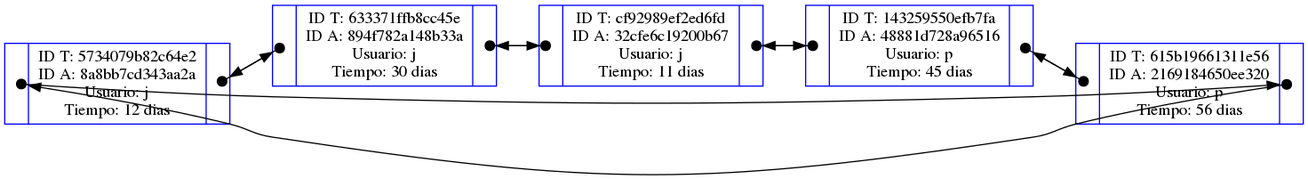
Earlier version of the Graphviz export build/RTransacciones.png (martinfdev/EstructurasenC-P1). Its source is kept beside it as build/RTransacciones.dot. Source of this version:
```dot
digraph G {
rankdir=LR;
node [shape=record, color=blue, width=0.5, height=0.5];

node0 [label="{<a>|ID T: 5734079b82c64e2\nID A: 8a8bb7cd343aa2a\nUsuario: j\nTiempo: 12 dias|<b>}"];
node1 [label="{<a>|ID T: 633371ffb8cc45e\nID A: 894f782a148b33a\nUsuario: j\nTiempo: 30 dias|<b>}"];
node2 [label="{<a>|ID T: cf92989ef2ed6fd\nID A: 32cfe6c19200b67\nUsuario: j\nTiempo: 11 dias|<b>}"];
node3 [label="{<a>|ID T: 143259550efb7fa\nID A: 48881d728a96516\nUsuario: p\nTiempo: 45 dias|<b>}"];
node4 [label="{<a>|ID T: 615b19661311e56\nID A: 2169184650ee320\nUsuario: p\nTiempo: 56 dias|<b>}"];

node0:b:c -> node1:a:c [arrowtail=dot, dir=both,tailclip=false];
node1:b:c -> node2:a:c [arrowtail=dot, dir=both,tailclip=false];
node2:b:c -> node3:a:c [arrowtail=dot, dir=both,tailclip=false];
node3:b:c -> node4:a:c [arrowtail=dot, dir=both,tailclip=false];
node4:b:c -> node0:a:c [arrowtail=dot, dir=both,tailclip=false];

node1:a:c -> node0:b:c [arrowtail=dot, dir=both,tailclip=false];
node2:a:c -> node1:b:c [arrowtail=dot, dir=both,tailclip=false];
node3:a:c -> node2:b:c [arrowtail=dot, dir=both,tailclip=false];
node4:a:c -> node3:b:c [arrowtail=dot, dir=both,tailclip=false];
node0:a:c -> node4:b:c [arrowtail=dot, dir=both,tailclip=false];

}
```
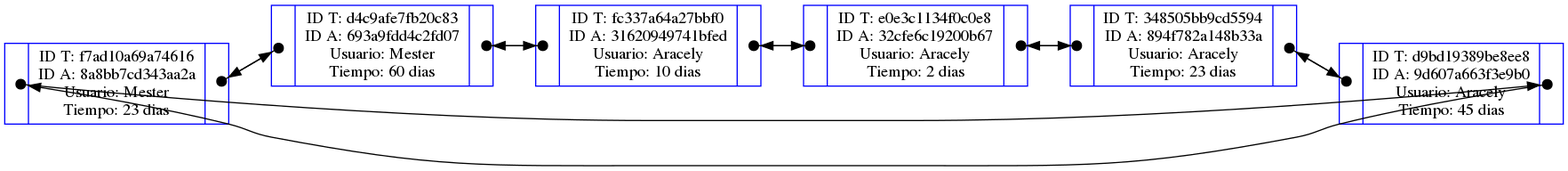
The same diagram one commit later.

Change to the diagram source:
```diff
@@ -2,22 +2,25 @@
 rankdir=LR;
 node [shape=record, color=blue, width=0.5, height=0.5];
 
-node0 [label="{<a>|ID T: 5734079b82c64e2\nID A: 8a8bb7cd343aa2a\nUsuario: j\nTiempo: 12 dias|<b>}"];
-node1 [label="{<a>|ID T: 633371ffb8cc45e\nID A: 894f782a148b33a\nUsuario: j\nTiempo: 30 dias|<b>}"];
-node2 [label="{<a>|ID T: cf92989ef2ed6fd\nID A: 32cfe6c19200b67\nUsuario: j\nTiempo: 11 dias|<b>}"];
-node3 [label="{<a>|ID T: 143259550efb7fa\nID A: 48881d728a96516\nUsuario: p\nTiempo: 45 dias|<b>}"];
-node4 [label="{<a>|ID T: 615b19661311e56\nID A: 2169184650ee320\nUsuario: p\nTiempo: 56 dias|<b>}"];
+node0 [label="{<a>|ID T: f7ad10a69a74616\nID A: 8a8bb7cd343aa2a\nUsuario: Mester\nTiempo: 23 dias|<b>}"];
+node1 [label="{<a>|ID T: d4c9afe7fb20c83\nID A: 693a9fdd4c2fd07\nUsuario: Mester\nTiempo: 60 dias|<b>}"];
+node2 [label="{<a>|ID T: fc337a64a27bbf0\nID A: 31620949741bfed\nUsuario: Aracely\nTiempo: 10 dias|<b>}"];
+node3 [label="{<a>|ID T: e0e3c1134f0c0e8\nID A: 32cfe6c19200b67\nUsuario: Aracely\nTiempo: 2 dias|<b>}"];
+node4 [label="{<a>|ID T: 348505bb9cd5594\nID A: 894f782a148b33a\nUsuario: Aracely\nTiempo: 23 dias|<b>}"];
+node5 [label="{<a>|ID T: d9bd19389be8ee8\nID A: 9d607a663f3e9b0\nUsuario: Aracely\nTiempo: 45 dias|<b>}"];
 
 node0:b:c -> node1:a:c [arrowtail=dot, dir=both,tailclip=false];
 node1:b:c -> node2:a:c [arrowtail=dot, dir=both,tailclip=false];
 node2:b:c -> node3:a:c [arrowtail=dot, dir=both,tailclip=false];
 node3:b:c -> node4:a:c [arrowtail=dot, dir=both,tailclip=false];
-node4:b:c -> node0:a:c [arrowtail=dot, dir=both,tailclip=false];
+node4:b:c -> node5:a:c [arrowtail=dot, dir=both,tailclip=false];
+node5:b:c -> node0:a:c [arrowtail=dot, dir=both,tailclip=false];
 
 node1:a:c -> node0:b:c [arrowtail=dot, dir=both,tailclip=false];
 node2:a:c -> node1:b:c [arrowtail=dot, dir=both,tailclip=false];
 node3:a:c -> node2:b:c [arrowtail=dot, dir=both,tailclip=false];
 node4:a:c -> node3:b:c [arrowtail=dot, dir=both,tailclip=false];
-node0:a:c -> node4:b:c [arrowtail=dot, dir=both,tailclip=false];
+node5:a:c -> node4:b:c [arrowtail=dot, dir=both,tailclip=false];
+node0:a:c -> node5:b:c [arrowtail=dot, dir=both,tailclip=false];
 
 }
```
